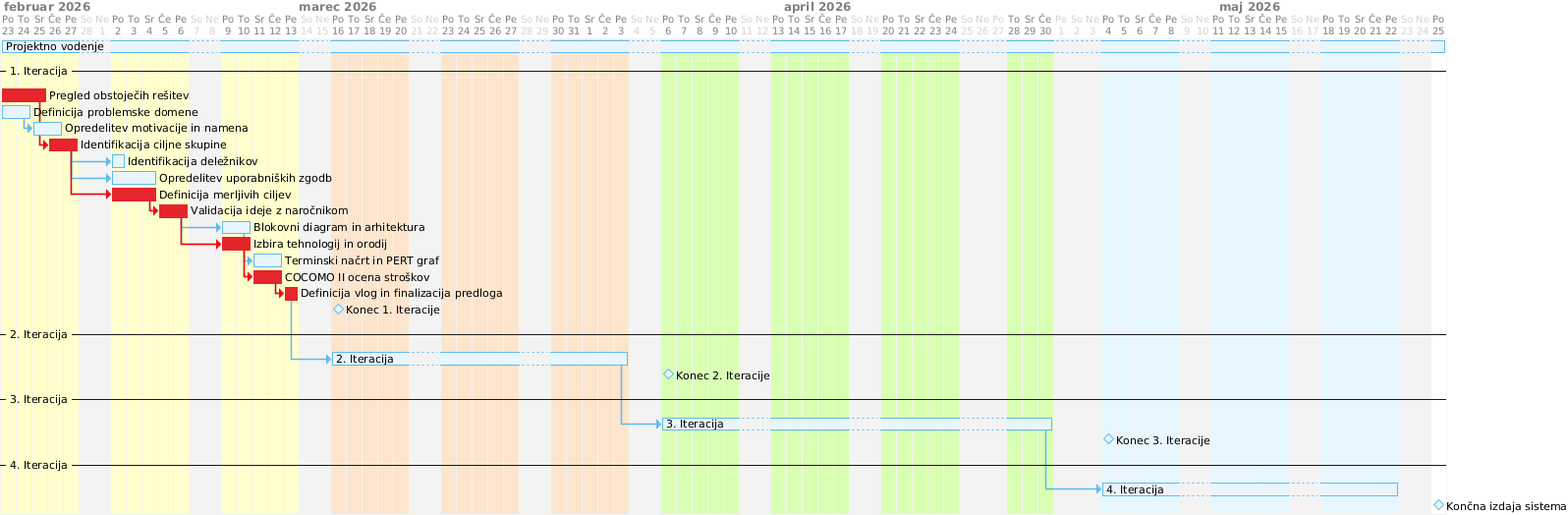
Before: docs/gradivo/img/gantt.png, a diagram exported from PlantUML (jakobjesenko/Projekt-06). Source of this version:
```plantuml
@startgantt "Ganttov diagram razvoja sistema"

<style>
ganttDiagram {
  timeline {
    LineColor #f2f2f2
    FontColor gray
  }
  task {
    BackgroundColor #e8f5fd
    LineColor #5FB8EC
  }
  arrow {
    LineColor #5FB8EC
  }
  milestone {
    BackgroundColor #e8f5fd
    LineColor #5FB8EC
  }
  closed {
    BackgroundColor #f2f2f2
    FontColor lightgray
  }
}
</style>

skinparam backgroundColor transparent
hide footbox
language sl

project starts the 23rd of February 2026
saturdays are closed
sundays are closed
2026-04-27 is closed
2026-05-01 is closed
2026-05-02 is closed



2026-02-23 to 2026-03-15 is colored in #FFFFCC
2026-02-28 is colored in #f2f2f2
2026-03-01 is colored in #f2f2f2
2026-03-07 is colored in #f2f2f2
2026-03-08 is colored in #f2f2f2
2026-03-14 is colored in #f2f2f2
2026-03-15 is colored in #f2f2f2

2026-03-16 to 2026-04-05 is colored in #FCE5CD
2026-03-21 is colored in #f2f2f2
2026-03-22 is colored in #f2f2f2
2026-03-28 is colored in #f2f2f2
2026-03-29 is colored in #f2f2f2
2026-04-04 is colored in #f2f2f2
2026-04-05 is colored in #f2f2f2

2026-04-06 to 2026-05-03 is colored in #D9FFB3
2026-04-11 is colored in #f2f2f2
2026-04-12 is colored in #f2f2f2
2026-04-18 is colored in #f2f2f2
2026-04-19 is colored in #f2f2f2
2026-04-25 is colored in #f2f2f2
2026-04-26 is colored in #f2f2f2
2026-04-27 is colored in #f2f2f2
2026-05-01 is colored in #f2f2f2
2026-05-02 is colored in #f2f2f2
2026-05-03 is colored in #f2f2f2

2026-05-04 to 2026-05-24 is colored in #E6F7FF
2026-05-09 is colored in #f2f2f2
2026-05-10 is colored in #f2f2f2
2026-05-16 is colored in #f2f2f2
2026-05-17 is colored in #f2f2f2
2026-05-23 is colored in #f2f2f2
2026-05-24 is colored in #f2f2f2

[Projektno vodenje] as [I0A0] starts 23rd of February 2026 and lasts 64 days

-- 1. Iteracija --
[Pregled obstoječih rešitev] as [I1A1] starts 23rd of February 2026 and lasts 3 days and is colored in #E4242C
[Definicija problemske domene] as [I1A2] starts 23rd of February 2026 and lasts 2 days
[Opredelitev motivacije in namena] as [I1A3] starts at [I1A2]'s end and lasts 2 days
[Identifikacija ciljne skupine] as [I1A4] starts at [I1A1]'s end and lasts 2 days and is colored in #E4242C

[Identifikacija deležnikov] as [I1A5] starts at [I1A4]'s end and lasts 1 day
[Opredelitev uporabniških zgodb] as [I1A6] starts at [I1A4]'s end and lasts 3 days
[Definicija merljivih ciljev] as [I1A7] starts at [I1A4]'s end and lasts 3 days and is colored in #E4242C
[Validacija ideje z naročnikom] as [I1A8] starts at [I1A7]'s end and lasts 2 days and is colored in #E4242C

[Blokovni diagram in arhitektura] as [I1A9] starts at [I1A8]'s end and lasts 2 days
[Izbira tehnologij in orodij] as [I1A10] starts at [I1A8]'s end and lasts 2 days and is colored in #E4242C
[Terminski načrt in PERT graf] as [I1A11] starts at [I1A9]'s end and lasts 2 days
[COCOMO II ocena stroškov] as [I1A12] starts at [I1A10]'s end and lasts 2 days and is colored in #E4242C
[Definicija vlog in finalizacija predloga] as [I1A13] starts at [I1A12]'s end and lasts 1 day and is colored in #E4242C

[I1A1] -[#red]-> [I1A4]
[I1A4] -[#red]-> [I1A7]
[I1A7] -[#red]-> [I1A8]
[I1A8] -[#red]-> [I1A10]
[I1A10] -[#red]-> [I1A12]
[I1A12] -[#red]-> [I1A13]

[Konec 1. Iteracije] as [M1] happens 16th of March 2026

-- 2. Iteracija --

[2. Iteracija] as [I2A1] starts at [I1A13]'s end and lasts 15 days
[Konec 2. Iteracije] as [M2] happens 6th of April 2026

-- 3. Iteracija --

[3. Iteracija] as [I3A1] starts at [I2A1]'s end and lasts 18 days
[Konec 3. Iteracije] as [M3] happens 4rd of May 2026

-- 4. Iteracija --

[4. Iteracija] as [I4A1] starts at [I3A1]'s end and lasts 15 days
[Končna izdaja sistema] as [M4] happens 25th of May 2026

@endgantt
```
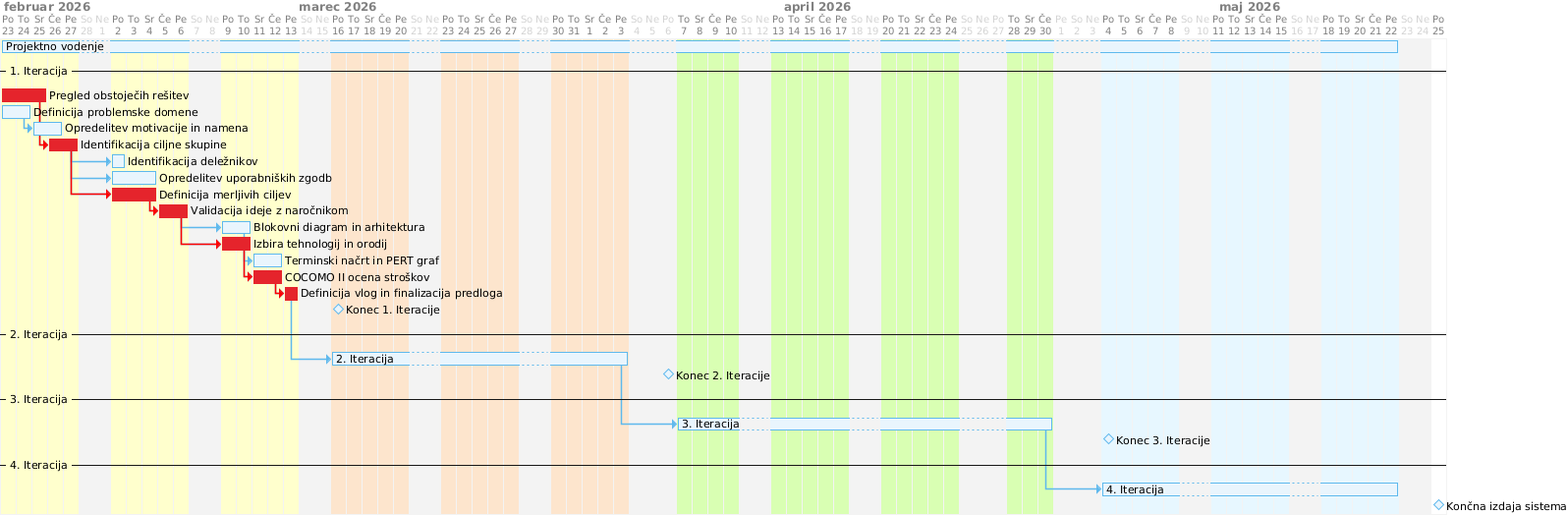
Above is the later version.

Commit message:
dodan opis predznanja in popravljen ganttov diagram

The edit, as a diff of the source:
```diff
@@ -31,6 +31,7 @@
 project starts the 23rd of February 2026
 saturdays are closed
 sundays are closed
+2026-04-06 is closed
 2026-04-27 is closed
 2026-05-01 is closed
 2026-05-02 is closed
@@ -54,6 +55,7 @@
 2026-04-05 is colored in #f2f2f2
 
 2026-04-06 to 2026-05-03 is colored in #D9FFB3
+2026-04-06 is colored in #f2f2f2
 2026-04-11 is colored in #f2f2f2
 2026-04-12 is colored in #f2f2f2
 2026-04-18 is colored in #f2f2f2
@@ -73,7 +75,7 @@
 2026-05-23 is colored in #f2f2f2
 2026-05-24 is colored in #f2f2f2
 
-[Projektno vodenje] as [I0A0] starts 23rd of February 2026 and lasts 64 days
+[Projektno vodenje] as [I0A0] starts 23rd of February 2026 and lasts 62 days
 
 -- 1. Iteracija --
 [Pregled obstoječih rešitev] as [I1A1] starts 23rd of February 2026 and lasts 3 days and is colored in #E4242C
@@ -108,7 +110,7 @@
 
 -- 3. Iteracija --
 
-[3. Iteracija] as [I3A1] starts at [I2A1]'s end and lasts 18 days
+[3. Iteracija] as [I3A1] starts at [I2A1]'s end and lasts 17 days
 [Konec 3. Iteracije] as [M3] happens 4rd of May 2026
 
 -- 4. Iteracija --
```
